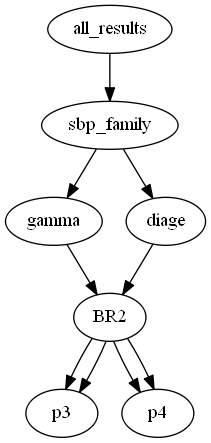
This is visual/all_results_2d.dot.png from zolargwrk/PySBP, a Graphviz export, as it was before one commit. Its source is kept beside it as visual/all_results_2d.dot. Source of this version:
```dot
digraph tree {
    "all_results";
    "sbp_family";
    "gamma";
    "BR2";
    "p3";
    "p4";
    "diage";
    "BR2";
    "p3";
    "p4";
    "all_results" -> "sbp_family";
    "sbp_family" -> "gamma";
    "sbp_family" -> "diage";
    "gamma" -> "BR2";
    "BR2" -> "p3";
    "BR2" -> "p4";
    "diage" -> "BR2";
    "BR2" -> "p3";
    "BR2" -> "p4";
}
```
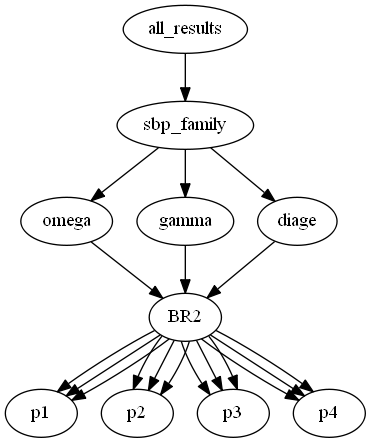
The same file after the commit.

The edit, as a diff of the source:
```diff
@@ -1,21 +1,41 @@
 digraph tree {
     "all_results";
     "sbp_family";
+    "omega";
+    "BR2";
+    "p1";
+    "p2";
+    "p3";
+    "p4";
     "gamma";
     "BR2";
+    "p1";
+    "p2";
     "p3";
     "p4";
     "diage";
     "BR2";
+    "p1";
+    "p2";
     "p3";
     "p4";
     "all_results" -> "sbp_family";
+    "sbp_family" -> "omega";
     "sbp_family" -> "gamma";
     "sbp_family" -> "diage";
+    "omega" -> "BR2";
+    "BR2" -> "p1";
+    "BR2" -> "p2";
+    "BR2" -> "p3";
+    "BR2" -> "p4";
     "gamma" -> "BR2";
+    "BR2" -> "p1";
+    "BR2" -> "p2";
     "BR2" -> "p3";
     "BR2" -> "p4";
     "diage" -> "BR2";
+    "BR2" -> "p1";
+    "BR2" -> "p2";
     "BR2" -> "p3";
     "BR2" -> "p4";
 }
```
